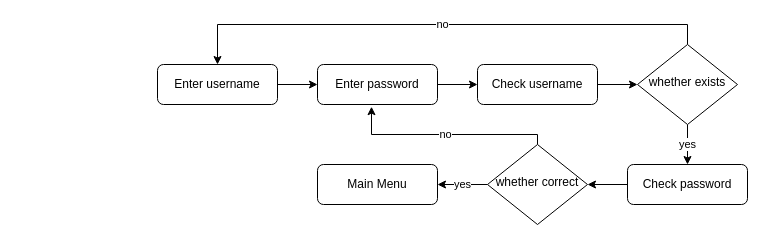
Before: flowchart.drawio in shitanshiwoerzi/test, a draw.io diagram. Source tidied: cells renumbered, new cells numbered last; positions are measured from the earlier drawing's top-left corner, leaving out a move shared by most shapes. Both pictures are drawn from the tidied source at 100%, with x=0, y=0 at pixel (157, 24).
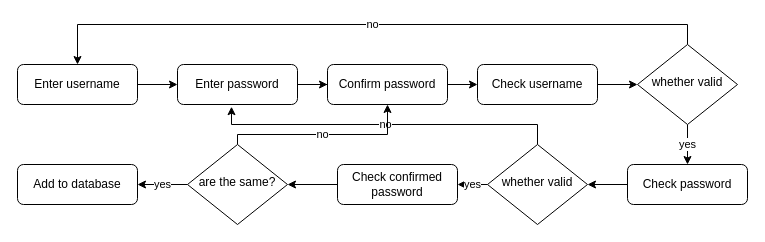
The same page after the edit.

The change refers to these unchanged cells:
```xml
<mxCell id="11" value="Check username" style="rounded=1;whiteSpace=wrap;html=1;fontSize=12;glass=0;strokeWidth=1;shadow=0;" parent="1" vertex="1">
  <mxGeometry x="320" y="40" width="120" height="40" as="geometry" />
</mxCell>
```

Diff of the diagram source:
```diff
@@
-    <mxCell id="2" style="edgeStyle=orthogonalEdgeStyle;rounded=0;jettySize=auto;html=1;entryX=0;entryY=0.5;entryDx=0;entryDy=0;" parent="1" edge="1" source="3" target="11">
+    <mxCell id="2" style="edgeStyle=orthogonalEdgeStyle;rounded=0;jettySize=auto;html=1;entryX=0;entryY=0.5;entryDx=0;entryDy=0;startArrow=none;" parent="1" edge="1" source="18" target="11">
       <mxGeometry relative="1" as="geometry" />
     </mxCell>
+    <mxCell id="17" style="edgeStyle=orthogonalEdgeStyle;rounded=0;jettySize=auto;html=1;entryX=0;entryY=0.5;entryDx=0;entryDy=0;" parent="1" edge="1" source="3" target="18">
+      <mxGeometry relative="1" as="geometry" />
+    </mxCell>
     <mxCell id="3" value="Enter password" style="rounded=1;whiteSpace=wrap;html=1;fontSize=12;glass=0;strokeWidth=1;shadow=0;" parent="1" vertex="1">
-      <mxGeometry x="160" y="40" width="120" height="40" as="geometry" />
+      <mxGeometry x="20" y="40" width="120" height="40" as="geometry" />
     </mxCell>
     <mxCell id="4" value="no" style="edgeStyle=orthogonalEdgeStyle;rounded=0;jettySize=auto;html=1;entryX=0.5;entryY=0;entryDx=0;entryDy=0;" parent="1" edge="1" source="6" target="16">
       <mxGeometry relative="1" as="geometry">
         <Array as="points">
           <mxPoint x="530" />
-          <mxPoint x="60" />
+          <mxPoint x="-80" />
         </Array>
       </mxGeometry>
     </mxCell>
@@
-    <mxCell id="6" value="whether exists" style="rhombus;whiteSpace=wrap;html=1;shadow=0;fontFamily=Helvetica;fontSize=12;align=center;strokeWidth=1;spacing=6;spacingTop=-4;" parent="1" vertex="1">
+    <mxCell id="6" value="whether valid" style="rhombus;whiteSpace=wrap;html=1;shadow=0;fontFamily=Helvetica;fontSize=12;align=center;strokeWidth=1;spacing=6;spacingTop=-4;" parent="1" vertex="1">
       <mxGeometry x="480" y="20" width="100" height="80" as="geometry" />
     </mxCell>
@@
-    <mxCell id="9" value="Main Menu" style="rounded=1;whiteSpace=wrap;html=1;fontSize=12;glass=0;strokeWidth=1;shadow=0;" parent="1" vertex="1">
-      <mxGeometry x="160" y="140" width="120" height="40" as="geometry" />
+    <mxCell id="9" value="Add to database" style="rounded=1;whiteSpace=wrap;html=1;fontSize=12;glass=0;strokeWidth=1;shadow=0;" parent="1" vertex="1">
+      <mxGeometry x="-140" y="140" width="120" height="40" as="geometry" />
     </mxCell>
@@
-    <mxCell id="12" value="yes" style="edgeStyle=orthogonalEdgeStyle;rounded=0;jettySize=auto;html=1;entryX=1;entryY=0.5;entryDx=0;entryDy=0;" parent="1" edge="1" source="14" target="9">
-      <mxGeometry relative="1" as="geometry">
-        <Array as="points">
-          <mxPoint x="310" y="160" />
-          <mxPoint x="310" y="160" />
-        </Array>
-      </mxGeometry>
+    <mxCell id="12" value="yes" style="edgeStyle=orthogonalEdgeStyle;rounded=0;jettySize=auto;html=1;entryX=1;entryY=0.5;entryDx=0;entryDy=0;" parent="1" edge="1" source="14" target="21">
+      <mxGeometry relative="1" as="geometry" />
     </mxCell>
     <mxCell id="13" value="no" style="edgeStyle=orthogonalEdgeStyle;rounded=0;jettySize=auto;html=1;entryX=0.45;entryY=1.055;entryDx=0;entryDy=0;entryPerimeter=0;exitX=0.5;exitY=0;exitDx=0;exitDy=0;" parent="1" edge="1" source="14" target="3">
       <mxGeometry relative="1" as="geometry">
         <Array as="points">
-          <mxPoint x="380" y="110" />
-          <mxPoint x="214" y="110" />
+          <mxPoint x="380" y="100" />
+          <mxPoint x="74" y="100" />
         </Array>
       </mxGeometry>
     </mxCell>
-    <mxCell id="14" value="whether correct" style="rhombus;whiteSpace=wrap;html=1;shadow=0;fontFamily=Helvetica;fontSize=12;align=center;strokeWidth=1;spacing=6;spacingTop=-4;" parent="1" vertex="1">
+    <mxCell id="14" value="whether valid" style="rhombus;whiteSpace=wrap;html=1;shadow=0;fontFamily=Helvetica;fontSize=12;align=center;strokeWidth=1;spacing=6;spacingTop=-4;" parent="1" vertex="1">
       <mxGeometry x="330" y="120" width="100" height="80" as="geometry" />
     </mxCell>
@@
     <mxCell id="16" value="Enter username" style="rounded=1;whiteSpace=wrap;html=1;fontSize=12;glass=0;strokeWidth=1;shadow=0;" parent="1" vertex="1">
-      <mxGeometry y="40" width="120" height="40" as="geometry" />
+      <mxGeometry x="-140" y="40" width="120" height="40" as="geometry" />
     </mxCell>
+    <mxCell id="18" value="Confirm password" style="rounded=1;whiteSpace=wrap;html=1;fontSize=12;glass=0;strokeWidth=1;shadow=0;" parent="1" vertex="1">
+      <mxGeometry x="170" y="40" width="120" height="40" as="geometry" />
+    </mxCell>
+    <mxCell id="19" style="edgeStyle=orthogonalEdgeStyle;rounded=0;jettySize=auto;html=1;entryX=0;entryY=0.5;entryDx=0;entryDy=0;endArrow=none;" parent="1" edge="1" source="3" target="18">
+      <mxGeometry relative="1" as="geometry" />
+    </mxCell>
+    <mxCell id="20" style="edgeStyle=orthogonalEdgeStyle;rounded=0;jettySize=auto;html=1;" parent="1" edge="1" source="21" target="24">
+      <mxGeometry relative="1" as="geometry" />
+    </mxCell>
+    <mxCell id="21" value="Check confirmed password" style="rounded=1;whiteSpace=wrap;html=1;fontSize=12;glass=0;strokeWidth=1;shadow=0;" parent="1" vertex="1">
+      <mxGeometry x="180" y="140" width="120" height="40" as="geometry" />
+    </mxCell>
+    <mxCell id="22" value="yes" style="edgeStyle=orthogonalEdgeStyle;rounded=0;jettySize=auto;html=1;" parent="1" edge="1" source="24" target="9">
+      <mxGeometry relative="1" as="geometry" />
+    </mxCell>
+    <mxCell id="23" value="no" style="edgeStyle=orthogonalEdgeStyle;rounded=0;jettySize=auto;html=1;entryX=0.5;entryY=1;entryDx=0;entryDy=0;" parent="1" edge="1" source="24" target="18">
+      <mxGeometry relative="1" as="geometry">
+        <Array as="points">
+          <mxPoint x="80" y="110" />
+          <mxPoint x="230" y="110" />
+        </Array>
+      </mxGeometry>
+    </mxCell>
+    <mxCell id="24" value="are the same?" style="rhombus;whiteSpace=wrap;html=1;shadow=0;fontFamily=Helvetica;fontSize=12;align=center;strokeWidth=1;spacing=6;spacingTop=-4;" parent="1" vertex="1">
+      <mxGeometry x="30" y="120" width="100" height="80" as="geometry" />
+    </mxCell>
```
